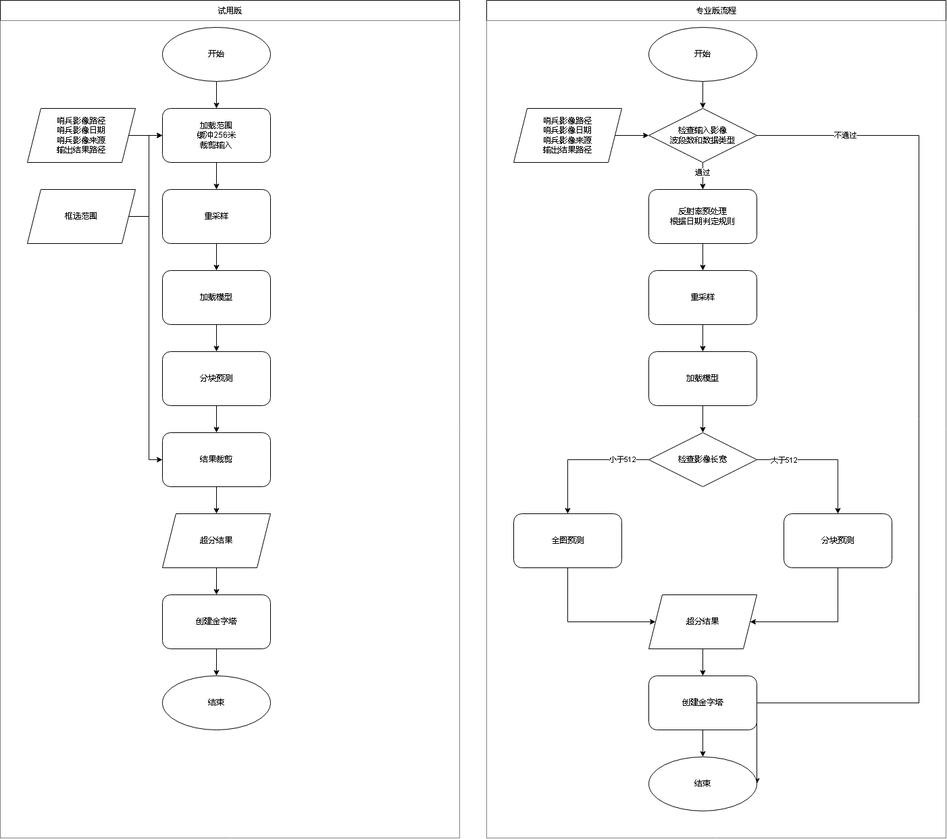
The draw.io diagram sfarm/专业版节点计算流程.drawio.png in bayberryan/diagrams, before a commit. Source tidied: cells renumbered, new cells last; positions are measured from the earlier drawing's top-left corner, leaving out a move shared by most shapes.
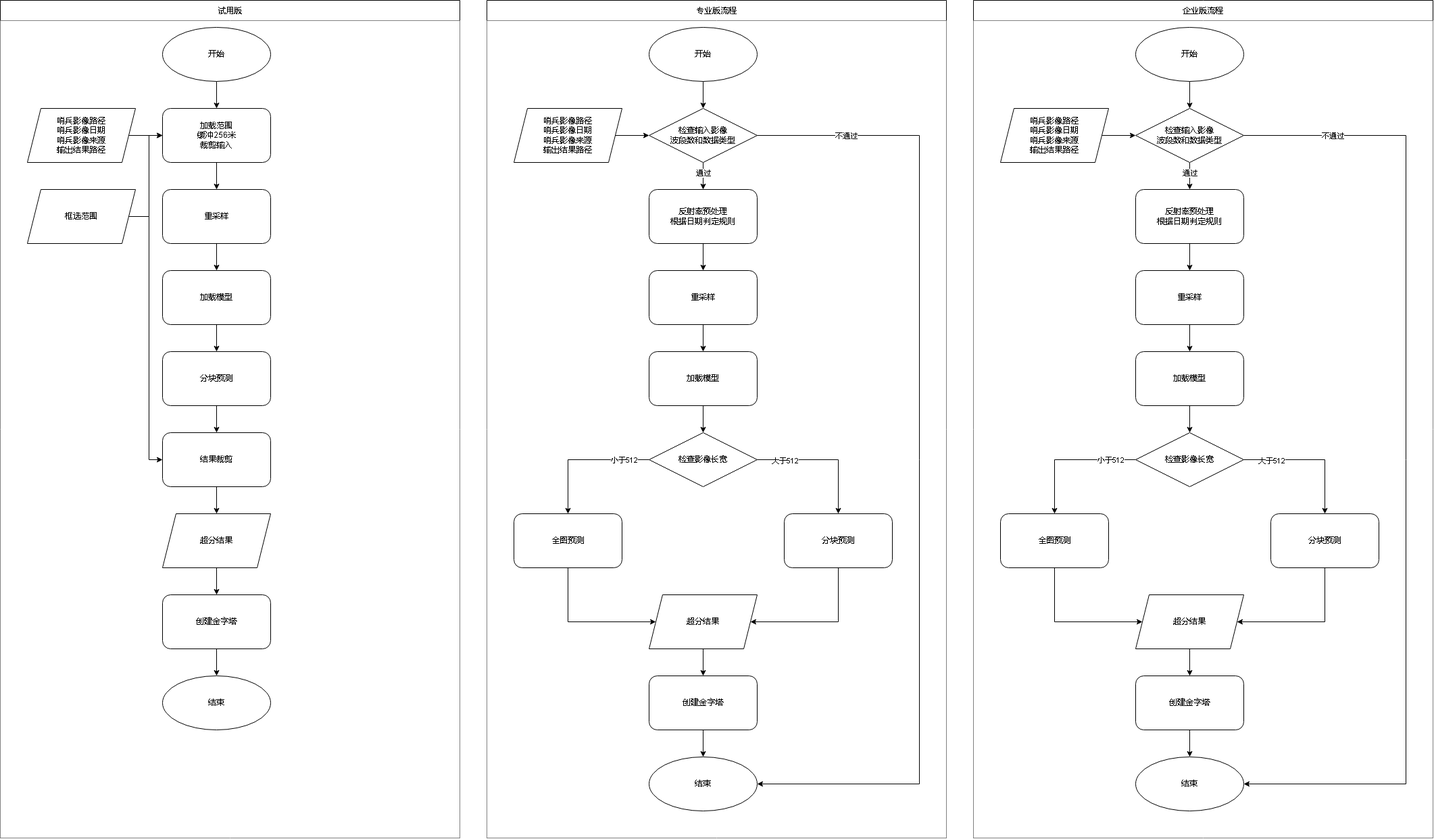
The same file after the commit.

Commit message:
更新专业版节点计算流程.drawio.png

Diff of the diagram source:
```diff
@@ -36,7 +36,7 @@
       <mxGeometry relative="1" as="geometry">
         <Array as="points">
           <mxPoint x="1360" y="200" />
-          <mxPoint x="1360" y="1040" />
+          <mxPoint x="1360" y="1160" />
         </Array>
       </mxGeometry>
     </mxCell>
@@ -192,5 +192,120 @@
     <mxCell id="58" value="&lt;div style=&quot;text-align: left;&quot;&gt;超分结果&lt;/div&gt;" style="shape=parallelogram;perimeter=parallelogramPerimeter;whiteSpace=wrap;html=1;fixedSize=1;" parent="1" vertex="1">
       <mxGeometry x="240" y="760" width="160" height="80" as="geometry" />
     </mxCell>
+    <mxCell id="59" value="企业版流程" style="shape=table;startSize=30;fillColor=#FFFFFF;" parent="1" vertex="1">
+      <mxGeometry x="1440" width="680" height="1240" as="geometry" />
+    </mxCell>
+    <mxCell id="60" style="shape=tableRow;horizontal=0;startSize=0;swimlaneHead=0;swimlaneBody=0;strokeColor=inherit;top=0;left=0;bottom=0;right=0;fillColor=none;" parent="59" vertex="1">
+      <mxGeometry y="30" width="680" height="1210" as="geometry" />
+    </mxCell>
+    <mxCell id="61" style="shape=partialRectangle;html=1;whiteSpace=wrap;strokeColor=inherit;overflow=hidden;fillColor=#FFFFFF;top=0;left=0;bottom=0;right=0;" parent="60" vertex="1">
+      <mxGeometry width="680" height="1210" as="geometry" />
+    </mxCell>
+    <mxCell id="62" style="edgeStyle=orthogonalEdgeStyle;rounded=0;jettySize=auto;html=1;entryX=0.5;entryY=0;entryDx=0;entryDy=0;" parent="1" edge="1" source="63" target="68">
+      <mxGeometry relative="1" as="geometry" />
+    </mxCell>
+    <mxCell id="63" value="开始" style="ellipse;whiteSpace=wrap;html=1;" parent="1" vertex="1">
+      <mxGeometry x="1680" y="40" width="160" height="80" as="geometry" />
+    </mxCell>
+    <mxCell id="64" style="edgeStyle=orthogonalEdgeStyle;rounded=0;jettySize=auto;html=1;entryX=0.5;entryY=0;entryDx=0;entryDy=0;" parent="1" edge="1" source="68" target="79">
+      <mxGeometry relative="1" as="geometry" />
+    </mxCell>
+    <mxCell id="65" value="通过" style="edgeLabel;html=1;align=center;verticalAlign=middle;" parent="64" vertex="1">
+      <mxGeometry x="-0.25" y="-1" relative="1" as="geometry" />
+    </mxCell>
+    <mxCell id="66" style="edgeStyle=orthogonalEdgeStyle;rounded=0;jettySize=auto;html=1;entryX=1;entryY=0.5;entryDx=0;entryDy=0;" parent="1" edge="1" source="68" target="88">
+      <mxGeometry relative="1" as="geometry">
+        <Array as="points">
+          <mxPoint x="2080" y="200" />
+          <mxPoint x="2080" y="1160" />
+        </Array>
+      </mxGeometry>
+    </mxCell>
+    <mxCell id="67" value="不通过" style="edgeLabel;html=1;align=center;verticalAlign=middle;" parent="66" vertex="1">
+      <mxGeometry x="-0.84" relative="1" as="geometry">
+        <mxPoint x="18" as="offset" />
+      </mxGeometry>
+    </mxCell>
+    <mxCell id="68" value="检查输入影像&lt;div&gt;波段数和数据类型&lt;/div&gt;" style="rhombus;whiteSpace=wrap;html=1;" parent="1" vertex="1">
+      <mxGeometry x="1680" y="160" width="160" height="80" as="geometry" />
+    </mxCell>
+    <mxCell id="69" style="edgeStyle=orthogonalEdgeStyle;rounded=0;jettySize=auto;html=1;exitX=0;exitY=0.5;exitDx=0;exitDy=0;" parent="1" edge="1" source="73" target="75">
+      <mxGeometry relative="1" as="geometry" />
+    </mxCell>
+    <mxCell id="70" value="小于512" style="edgeLabel;html=1;align=center;verticalAlign=middle;" parent="69" vertex="1">
+      <mxGeometry x="-0.21" y="1" relative="1" as="geometry">
+        <mxPoint x="39" y="-1" as="offset" />
+      </mxGeometry>
+    </mxCell>
+    <mxCell id="71" style="edgeStyle=orthogonalEdgeStyle;rounded=0;jettySize=auto;html=1;" parent="1" edge="1" source="73" target="77">
+      <mxGeometry relative="1" as="geometry" />
+    </mxCell>
+    <mxCell id="72" value="大于512" style="edgeLabel;html=1;align=center;verticalAlign=middle;" parent="71" vertex="1">
+      <mxGeometry x="0.22" y="-1" relative="1" as="geometry">
+        <mxPoint x="-79" y="-2" as="offset" />
+      </mxGeometry>
+    </mxCell>
+    <mxCell id="73" value="检查影像长宽" style="rhombus;whiteSpace=wrap;html=1;" parent="1" vertex="1">
+      <mxGeometry x="1680" y="640" width="160" height="80" as="geometry" />
+    </mxCell>
+    <mxCell id="74" style="edgeStyle=orthogonalEdgeStyle;rounded=0;jettySize=auto;html=1;entryX=0;entryY=0.5;entryDx=0;entryDy=0;exitX=0.5;exitY=1;exitDx=0;exitDy=0;" parent="1" edge="1" source="75" target="85">
+      <mxGeometry relative="1" as="geometry">
+        <Array as="points">
+          <mxPoint x="1560" y="920" />
+        </Array>
+      </mxGeometry>
+    </mxCell>
+    <mxCell id="75" value="全图预测" style="rounded=1;whiteSpace=wrap;html=1;" parent="1" vertex="1">
+      <mxGeometry x="1480" y="760" width="160" height="80" as="geometry" />
+    </mxCell>
+    <mxCell id="76" style="edgeStyle=orthogonalEdgeStyle;rounded=0;jettySize=auto;html=1;entryX=1;entryY=0.5;entryDx=0;entryDy=0;exitX=0.5;exitY=1;exitDx=0;exitDy=0;" parent="1" edge="1" source="77" target="85">
+      <mxGeometry relative="1" as="geometry">
+        <Array as="points">
+          <mxPoint x="1960" y="920" />
+        </Array>
+      </mxGeometry>
+    </mxCell>
+    <mxCell id="77" value="分块预测" style="rounded=1;whiteSpace=wrap;html=1;" parent="1" vertex="1">
+      <mxGeometry x="1880" y="760" width="160" height="80" as="geometry" />
+    </mxCell>
+    <mxCell id="78" style="edgeStyle=orthogonalEdgeStyle;rounded=0;jettySize=auto;html=1;entryX=0.5;entryY=0;entryDx=0;entryDy=0;" parent="1" edge="1" source="79" target="81">
+      <mxGeometry relative="1" as="geometry" />
+    </mxCell>
+    <mxCell id="79" value="反射率预处理&lt;div&gt;根据日期判定规则&lt;/div&gt;" style="rounded=1;whiteSpace=wrap;html=1;" parent="1" vertex="1">
+      <mxGeometry x="1680" y="280" width="160" height="80" as="geometry" />
+    </mxCell>
+    <mxCell id="80" style="edgeStyle=orthogonalEdgeStyle;rounded=0;jettySize=auto;html=1;entryX=0.5;entryY=0;entryDx=0;entryDy=0;" parent="1" edge="1" source="81" target="90">
+      <mxGeometry relative="1" as="geometry" />
+    </mxCell>
+    <mxCell id="81" value="重采样" style="rounded=1;whiteSpace=wrap;html=1;" parent="1" vertex="1">
+      <mxGeometry x="1680" y="400" width="160" height="80" as="geometry" />
+    </mxCell>
+    <mxCell id="82" style="edgeStyle=orthogonalEdgeStyle;rounded=0;jettySize=auto;html=1;entryX=0;entryY=0.5;entryDx=0;entryDy=0;" parent="1" edge="1" source="83" target="68">
+      <mxGeometry relative="1" as="geometry" />
+    </mxCell>
+    <mxCell id="83" value="&lt;div style=&quot;text-align: left;&quot;&gt;&lt;br&gt;&lt;/div&gt;&lt;div style=&quot;text-align: left;&quot;&gt;&lt;span style=&quot;background-color: initial;&quot;&gt;哨兵影像路径&lt;/span&gt;&lt;/div&gt;&lt;div style=&quot;text-align: left;&quot;&gt;&lt;span style=&quot;background-color: initial;&quot;&gt;哨兵影像日期&lt;/span&gt;&lt;/div&gt;&lt;div style=&quot;text-align: left;&quot;&gt;&lt;span style=&quot;background-color: initial;&quot;&gt;哨兵影像来源&lt;/span&gt;&lt;/div&gt;&lt;div style=&quot;text-align: left;&quot;&gt;&lt;span style=&quot;background-color: initial;&quot;&gt;输出结果路径&lt;/span&gt;&lt;/div&gt;&lt;div&gt;&lt;br&gt;&lt;/div&gt;" style="shape=parallelogram;perimeter=parallelogramPerimeter;whiteSpace=wrap;html=1;fixedSize=1;" parent="1" vertex="1">
+      <mxGeometry x="1480" y="160" width="160" height="80" as="geometry" />
+    </mxCell>
+    <mxCell id="84" style="edgeStyle=orthogonalEdgeStyle;rounded=0;jettySize=auto;html=1;entryX=0.5;entryY=0;entryDx=0;entryDy=0;" parent="1" edge="1" source="85" target="87">
+      <mxGeometry relative="1" as="geometry" />
+    </mxCell>
+    <mxCell id="85" value="&lt;div style=&quot;text-align: left;&quot;&gt;超分结果&lt;/div&gt;" style="shape=parallelogram;perimeter=parallelogramPerimeter;whiteSpace=wrap;html=1;fixedSize=1;" parent="1" vertex="1">
+      <mxGeometry x="1680" y="880" width="160" height="80" as="geometry" />
+    </mxCell>
+    <mxCell id="86" style="edgeStyle=orthogonalEdgeStyle;rounded=0;jettySize=auto;html=1;" parent="1" edge="1" source="87" target="88">
+      <mxGeometry relative="1" as="geometry" />
+    </mxCell>
+    <mxCell id="87" value="创建金字塔" style="rounded=1;whiteSpace=wrap;html=1;" parent="1" vertex="1">
+      <mxGeometry x="1680" y="1000" width="160" height="80" as="geometry" />
+    </mxCell>
+    <mxCell id="88" value="结束" style="ellipse;whiteSpace=wrap;html=1;" parent="1" vertex="1">
+      <mxGeometry x="1680" y="1120" width="160" height="80" as="geometry" />
+    </mxCell>
+    <mxCell id="89" style="edgeStyle=orthogonalEdgeStyle;rounded=0;jettySize=auto;html=1;entryX=0.5;entryY=0;entryDx=0;entryDy=0;" parent="1" edge="1" source="90" target="73">
+      <mxGeometry relative="1" as="geometry" />
+    </mxCell>
+    <mxCell id="90" value="加载模型" style="rounded=1;whiteSpace=wrap;html=1;" parent="1" vertex="1">
+      <mxGeometry x="1680" y="520" width="160" height="80" as="geometry" />
+    </mxCell>
   </root>
 </mxGraphModel>
```
